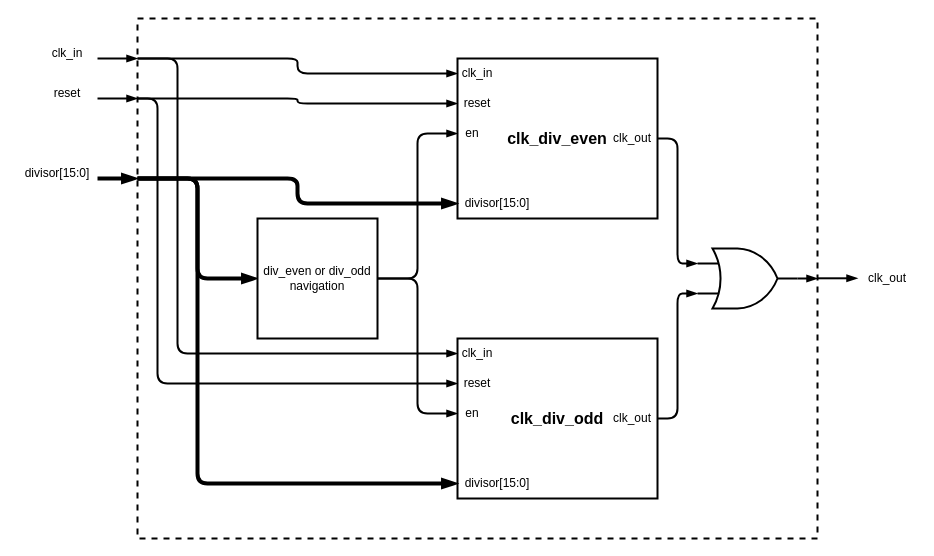
Above: page "Block-diagram" (1 of 2) of .drawio in GSXAM/LearningFPGA (draw.io), before the change. Source tidied: cells renumbered, new cells numbered last; positions are measured from the earlier drawing's top-left corner, leaving out a move shared by most shapes. Both pictures are drawn from the tidied source at 100%, with x=0, y=0 at pixel (17, 18).
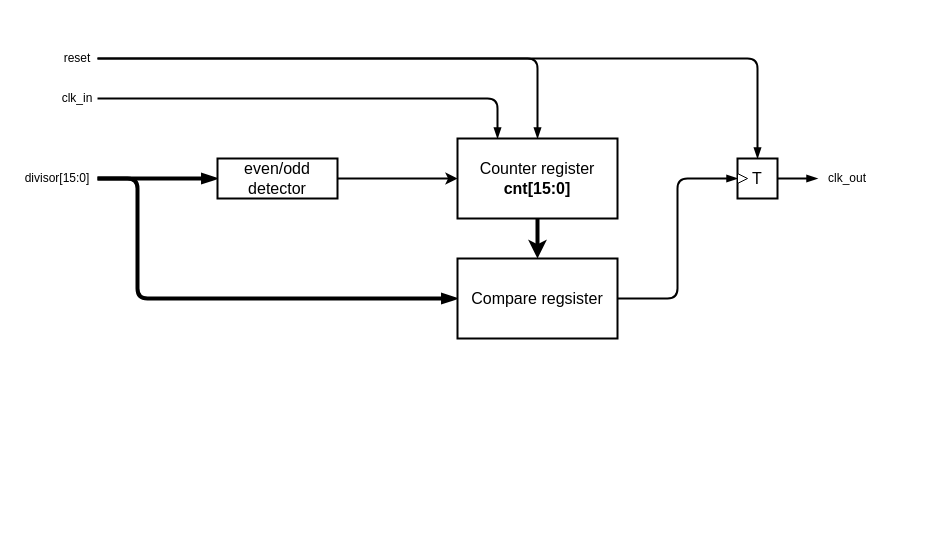
The same diagram, later.

Commit message (it also covers changes not shown here):
Change architecture, update .drawio, remove unnecessary files, edit makefile, tb.v. LAPTOP update.

The edit, as a diff of the source:
```diff
@@
-    <mxCell id="2" style="endArrow=blockThin;html=1;strokeWidth=2;endFill=1;" parent="1" edge="1">
-      <mxGeometry relative="1" as="geometry">
-        <mxPoint x="80" y="40" as="sourcePoint" />
-        <mxPoint x="120" y="40" as="targetPoint" />
-      </mxGeometry>
-    </mxCell>
-    <mxCell id="3" style="endArrow=blockThin;html=1;strokeWidth=2;endFill=1;" parent="1" edge="1">
-      <mxGeometry relative="1" as="geometry">
-        <mxPoint x="80" y="80" as="sourcePoint" />
-        <mxPoint x="120" y="80" as="targetPoint" />
-      </mxGeometry>
-    </mxCell>
-    <mxCell id="4" style="endArrow=blockThin;html=1;strokeWidth=4;endFill=1;" parent="1" edge="1">
-      <mxGeometry relative="1" as="geometry">
-        <mxPoint x="80" y="160" as="sourcePoint" />
-        <mxPoint x="120" y="160" as="targetPoint" />
-      </mxGeometry>
-    </mxCell>
     <mxCell id="5" value="clk_in" style="text;html=1;strokeColor=none;fillColor=none;align=center;verticalAlign=middle;whiteSpace=wrap;rounded=0;shadow=0;dashed=1;strokeWidth=2;" parent="1" vertex="1">
-      <mxGeometry x="20" y="20" width="60" height="30" as="geometry" />
+      <mxGeometry x="40" y="60" width="40" height="40" as="geometry" />
     </mxCell>
+    <mxCell id="39" style="edgeStyle=orthogonalEdgeStyle;html=1;exitX=1;exitY=0.5;exitDx=0;exitDy=0;entryX=0.5;entryY=0;entryDx=0;entryDy=0;strokeWidth=2;fontSize=16;startArrow=none;startFill=0;endArrow=blockThin;endFill=1;" parent="1" edge="1" source="6" target="48">
+      <mxGeometry relative="1" as="geometry" />
+    </mxCell>
     <mxCell id="6" value="reset" style="text;html=1;strokeColor=none;fillColor=none;align=center;verticalAlign=middle;whiteSpace=wrap;rounded=0;shadow=0;dashed=1;strokeWidth=2;" parent="1" vertex="1">
-      <mxGeometry x="20" y="60" width="60" height="30" as="geometry" />
+      <mxGeometry x="40" y="20" width="40" height="40" as="geometry" />
     </mxCell>
     <mxCell id="7" value="divisor[15:0]" style="text;html=1;strokeColor=none;fillColor=none;align=center;verticalAlign=middle;whiteSpace=wrap;rounded=0;shadow=0;dashed=1;strokeWidth=2;" parent="1" vertex="1">
-      <mxGeometry y="140" width="80" height="30" as="geometry" />
+      <mxGeometry y="140" width="80" height="40" as="geometry" />
     </mxCell>
-    <mxCell id="8" style="endArrow=blockThin;html=1;strokeWidth=2;endFill=1;" parent="1" edge="1">
-      <mxGeometry relative="1" as="geometry">
-        <mxPoint x="800" y="259.8" as="sourcePoint" />
-        <mxPoint x="840" y="259.8" as="targetPoint" />
-      </mxGeometry>
-    </mxCell>
     <mxCell id="9" value="clk_out" style="text;html=1;strokeColor=none;fillColor=none;align=center;verticalAlign=middle;whiteSpace=wrap;rounded=0;shadow=0;dashed=1;strokeWidth=2;" parent="1" vertex="1">
-      <mxGeometry x="840" y="245" width="60" height="30" as="geometry" />
+      <mxGeometry x="800" y="145" width="60" height="30" as="geometry" />
     </mxCell>
-    <mxCell id="10" style="edgeStyle=elbowEdgeStyle;html=1;exitX=0;exitY=0.5;exitDx=0;exitDy=0;strokeColor=default;strokeWidth=4;startArrow=blockThin;startFill=1;endArrow=none;endFill=0;" parent="1" edge="1" source="11">
-      <mxGeometry relative="1" as="geometry">
-        <mxPoint x="120" y="160" as="targetPoint" />
-      </mxGeometry>
+    <mxCell id="10" style="edgeStyle=elbowEdgeStyle;html=1;exitX=0;exitY=0.5;exitDx=0;exitDy=0;strokeColor=default;strokeWidth=4;startArrow=blockThin;startFill=1;endArrow=none;endFill=0;entryX=1;entryY=0.5;entryDx=0;entryDy=0;" parent="1" edge="1" source="11" target="7">
+      <mxGeometry relative="1" as="geometry" />
     </mxCell>
+    <mxCell id="40" style="edgeStyle=none;html=1;exitX=1;exitY=0.5;exitDx=0;exitDy=0;entryX=0;entryY=0.5;entryDx=0;entryDy=0;strokeWidth=2;" parent="1" edge="1" source="11" target="13">
+      <mxGeometry relative="1" as="geometry" />
+    </mxCell>
-    <mxCell id="11" value="div_even or div_odd navigation" style="rounded=0;whiteSpace=wrap;html=1;shadow=0;strokeWidth=2;fillColor=default;gradientColor=none;" parent="1" vertex="1">
-      <mxGeometry x="240" y="200" width="120" height="120" as="geometry" />
+    <mxCell id="11" value="even/odd detector" style="rounded=0;whiteSpace=wrap;html=1;shadow=0;strokeWidth=2;fillColor=default;gradientColor=none;fontSize=16;" parent="1" vertex="1">
+      <mxGeometry x="200" y="140" width="120" height="40" as="geometry" />
     </mxCell>
-    <mxCell id="12" style="group;" parent="1" vertex="1">
-      <mxGeometry x="440" y="320" width="200" height="160" as="geometry" />
-    </mxCell>
+    <mxCell id="41" style="edgeStyle=none;html=1;exitX=0.5;exitY=1;exitDx=0;exitDy=0;entryX=0.5;entryY=0;entryDx=0;entryDy=0;strokeWidth=4;" parent="1" edge="1" source="13" target="46">
+      <mxGeometry relative="1" as="geometry" />
+    </mxCell>
+    <mxCell id="42" style="edgeStyle=orthogonalEdgeStyle;html=1;exitX=0.5;exitY=0;exitDx=0;exitDy=0;strokeWidth=2;fontSize=16;startArrow=blockThin;startFill=1;endArrow=none;endFill=0;entryX=1;entryY=0.5;entryDx=0;entryDy=0;" parent="1" edge="1" source="13" target="6">
+      <mxGeometry relative="1" as="geometry">
+        <Array as="points">
+          <mxPoint x="520" y="40" />
+        </Array>
+      </mxGeometry>
+    </mxCell>
+    <mxCell id="43" style="edgeStyle=orthogonalEdgeStyle;html=1;exitX=0.25;exitY=0;exitDx=0;exitDy=0;strokeWidth=2;fontSize=16;startArrow=blockThin;startFill=1;endArrow=none;endFill=0;entryX=1;entryY=0.5;entryDx=0;entryDy=0;" parent="1" edge="1" source="13" target="5">
+      <mxGeometry relative="1" as="geometry">
+        <Array as="points">
+          <mxPoint x="480" y="80" />
+        </Array>
+      </mxGeometry>
+    </mxCell>
-    <mxCell id="13" value="&lt;b&gt;&lt;font style=&quot;font-size: 16px;&quot;&gt;clk_div_odd&lt;/font&gt;&lt;/b&gt;" style="rounded=0;whiteSpace=wrap;html=1;shadow=0;strokeWidth=2;fillColor=default;gradientColor=none;" parent="12" vertex="1">
-      <mxGeometry width="200" height="160" as="geometry" />
+    <mxCell id="13" value="&lt;font style=&quot;font-size: 16px;&quot;&gt;Counter register&lt;b&gt; cnt[15:0]&lt;/b&gt;&lt;/font&gt;" style="rounded=0;whiteSpace=wrap;html=1;shadow=0;strokeWidth=2;fillColor=default;gradientColor=none;" parent="1" vertex="1">
+      <mxGeometry x="440" y="120" width="160" height="80" as="geometry" />
     </mxCell>
-    <mxCell id="14" value="reset" style="text;html=1;strokeColor=none;fillColor=none;align=center;verticalAlign=middle;whiteSpace=wrap;rounded=0;shadow=0;dashed=1;strokeWidth=2;" parent="12" vertex="1">
-      <mxGeometry y="30" width="40" height="30" as="geometry" />
-    </mxCell>
-    <mxCell id="15" value="clk_in" style="text;html=1;strokeColor=none;fillColor=none;align=center;verticalAlign=middle;whiteSpace=wrap;rounded=0;shadow=0;dashed=1;strokeWidth=2;" parent="12" vertex="1">
-      <mxGeometry width="40" height="30" as="geometry" />
-    </mxCell>
-    <mxCell id="16" value="divisor[15:0]" style="text;html=1;strokeColor=none;fillColor=none;align=center;verticalAlign=middle;whiteSpace=wrap;rounded=0;shadow=0;dashed=1;strokeWidth=2;" parent="12" vertex="1">
-      <mxGeometry y="130" width="80" height="30" as="geometry" />
-    </mxCell>
-    <mxCell id="17" value="en" style="text;html=1;strokeColor=none;fillColor=none;align=center;verticalAlign=middle;whiteSpace=wrap;rounded=0;shadow=0;dashed=1;strokeWidth=2;" parent="12" vertex="1">
-      <mxGeometry y="60" width="30" height="30" as="geometry" />
-    </mxCell>
-    <mxCell id="18" value="clk_out" style="text;html=1;strokeColor=none;fillColor=none;align=center;verticalAlign=middle;whiteSpace=wrap;rounded=0;shadow=0;dashed=1;strokeWidth=2;" parent="12" vertex="1">
-      <mxGeometry x="150" y="65" width="50" height="30" as="geometry" />
-    </mxCell>
-    <mxCell id="19" style="group;" parent="1" vertex="1">
-      <mxGeometry x="440" y="40" width="200" height="160" as="geometry" />
-    </mxCell>
-    <mxCell id="20" value="&lt;b&gt;&lt;font style=&quot;font-size: 16px;&quot;&gt;clk_div_even&lt;/font&gt;&lt;/b&gt;" style="rounded=0;whiteSpace=wrap;html=1;shadow=0;strokeWidth=2;fillColor=default;gradientColor=none;" parent="19" vertex="1">
-      <mxGeometry width="200" height="160" as="geometry" />
-    </mxCell>
-    <mxCell id="21" value="reset" style="text;html=1;strokeColor=none;fillColor=none;align=center;verticalAlign=middle;whiteSpace=wrap;rounded=0;shadow=0;dashed=1;strokeWidth=2;" parent="19" vertex="1">
-      <mxGeometry y="30" width="40" height="30" as="geometry" />
-    </mxCell>
-    <mxCell id="22" value="clk_in" style="text;html=1;strokeColor=none;fillColor=none;align=center;verticalAlign=middle;whiteSpace=wrap;rounded=0;shadow=0;dashed=1;strokeWidth=2;" parent="19" vertex="1">
-      <mxGeometry width="40" height="30" as="geometry" />
-    </mxCell>
-    <mxCell id="23" value="divisor[15:0]" style="text;html=1;strokeColor=none;fillColor=none;align=center;verticalAlign=middle;whiteSpace=wrap;rounded=0;shadow=0;dashed=1;strokeWidth=2;" parent="19" vertex="1">
-      <mxGeometry y="130" width="80" height="30" as="geometry" />
-    </mxCell>
-    <mxCell id="24" value="en" style="text;html=1;strokeColor=none;fillColor=none;align=center;verticalAlign=middle;whiteSpace=wrap;rounded=0;shadow=0;dashed=1;strokeWidth=2;" parent="19" vertex="1">
-      <mxGeometry y="60" width="30" height="30" as="geometry" />
-    </mxCell>
-    <mxCell id="25" value="clk_out" style="text;html=1;strokeColor=none;fillColor=none;align=center;verticalAlign=middle;whiteSpace=wrap;rounded=0;shadow=0;dashed=1;strokeWidth=2;" parent="19" vertex="1">
-      <mxGeometry x="150" y="65" width="50" height="30" as="geometry" />
-    </mxCell>
-    <mxCell id="26" style="edgeStyle=elbowEdgeStyle;html=1;exitX=0;exitY=0.5;exitDx=0;exitDy=0;strokeColor=default;strokeWidth=4;fontSize=16;startArrow=blockThin;startFill=1;endArrow=none;endFill=0;" parent="1" edge="1" source="23">
-      <mxGeometry relative="1" as="geometry">
-        <mxPoint x="120" y="160" as="targetPoint" />
-      </mxGeometry>
-    </mxCell>
-    <mxCell id="27" style="edgeStyle=elbowEdgeStyle;html=1;exitX=0;exitY=0.5;exitDx=0;exitDy=0;strokeColor=default;strokeWidth=4;fontSize=16;startArrow=blockThin;startFill=1;endArrow=none;endFill=0;" parent="1" edge="1" source="16">
-      <mxGeometry relative="1" as="geometry">
-        <mxPoint x="120" y="160" as="targetPoint" />
-        <Array as="points">
-          <mxPoint x="180" y="310" />
-        </Array>
-      </mxGeometry>
-    </mxCell>
-    <mxCell id="28" style="edgeStyle=elbowEdgeStyle;html=1;exitX=0;exitY=0.5;exitDx=0;exitDy=0;strokeColor=default;strokeWidth=2;fontSize=16;startArrow=blockThin;startFill=1;endArrow=none;endFill=0;" parent="1" edge="1" source="22">
-      <mxGeometry relative="1" as="geometry">
-        <mxPoint x="120" y="40" as="targetPoint" />
-      </mxGeometry>
-    </mxCell>
-    <mxCell id="29" style="edgeStyle=elbowEdgeStyle;html=1;exitX=0;exitY=0.5;exitDx=0;exitDy=0;strokeColor=default;strokeWidth=2;fontSize=16;startArrow=blockThin;startFill=1;endArrow=none;endFill=0;" parent="1" edge="1" source="21">
-      <mxGeometry relative="1" as="geometry">
-        <mxPoint x="120" y="80" as="targetPoint" />
-      </mxGeometry>
-    </mxCell>
-    <mxCell id="30" style="edgeStyle=elbowEdgeStyle;html=1;exitX=0;exitY=0.5;exitDx=0;exitDy=0;strokeColor=default;strokeWidth=2;fontSize=16;startArrow=blockThin;startFill=1;endArrow=none;endFill=0;" parent="1" edge="1" source="24" target="11">
-      <mxGeometry relative="1" as="geometry" />
-    </mxCell>
-    <mxCell id="31" style="edgeStyle=elbowEdgeStyle;html=1;exitX=0;exitY=0.5;exitDx=0;exitDy=0;entryX=1;entryY=0.5;entryDx=0;entryDy=0;strokeColor=default;strokeWidth=2;fontSize=16;startArrow=blockThin;startFill=1;endArrow=none;endFill=0;" parent="1" edge="1" source="17" target="11">
-      <mxGeometry relative="1" as="geometry" />
-    </mxCell>
-    <mxCell id="32" style="edgeStyle=elbowEdgeStyle;html=1;exitX=0;exitY=0.5;exitDx=0;exitDy=0;strokeColor=default;strokeWidth=2;fontSize=16;startArrow=blockThin;startFill=1;endArrow=none;endFill=0;" parent="1" edge="1" source="15">
-      <mxGeometry relative="1" as="geometry">
-        <mxPoint x="120" y="40" as="targetPoint" />
-        <Array as="points">
-          <mxPoint x="160" y="200" />
-        </Array>
-      </mxGeometry>
-    </mxCell>
-    <mxCell id="33" style="edgeStyle=elbowEdgeStyle;html=1;exitX=0;exitY=0.5;exitDx=0;exitDy=0;strokeColor=default;strokeWidth=2;fontSize=16;startArrow=blockThin;startFill=1;endArrow=none;endFill=0;" parent="1" edge="1" source="14">
-      <mxGeometry relative="1" as="geometry">
-        <mxPoint x="120" y="80" as="targetPoint" />
-        <Array as="points">
-          <mxPoint x="140" y="210" />
-        </Array>
-      </mxGeometry>
-    </mxCell>
-    <mxCell id="34" style="edgeStyle=elbowEdgeStyle;html=1;exitX=1;exitY=0.5;exitDx=0;exitDy=0;exitPerimeter=0;strokeColor=default;strokeWidth=2;fontSize=16;startArrow=none;startFill=0;endArrow=blockThin;endFill=1;" parent="1" edge="1" source="35">
-      <mxGeometry relative="1" as="geometry">
-        <mxPoint x="800" y="260" as="targetPoint" />
-      </mxGeometry>
-    </mxCell>
-    <mxCell id="35" style="verticalLabelPosition=bottom;shadow=0;dashed=0;align=center;html=1;verticalAlign=top;shape=mxgraph.electrical.logic_gates.logic_gate;operation=or;strokeWidth=2;fontSize=16;fillColor=default;gradientColor=none;" parent="1" vertex="1">
-      <mxGeometry x="680" y="230" width="100" height="60" as="geometry" />
-    </mxCell>
-    <mxCell id="36" style="edgeStyle=elbowEdgeStyle;html=1;exitX=1;exitY=0.5;exitDx=0;exitDy=0;entryX=0;entryY=0.25;entryDx=0;entryDy=0;entryPerimeter=0;strokeColor=default;strokeWidth=2;fontSize=16;startArrow=none;startFill=0;endArrow=blockThin;endFill=1;" parent="1" edge="1" source="25" target="35">
-      <mxGeometry relative="1" as="geometry" />
-    </mxCell>
-    <mxCell id="37" style="edgeStyle=elbowEdgeStyle;html=1;exitX=1;exitY=0.5;exitDx=0;exitDy=0;entryX=0;entryY=0.75;entryDx=0;entryDy=0;entryPerimeter=0;strokeColor=default;strokeWidth=2;fontSize=16;startArrow=none;startFill=0;endArrow=blockThin;endFill=1;" parent="1" edge="1" source="18" target="35">
-      <mxGeometry relative="1" as="geometry" />
-    </mxCell>
-    <mxCell id="38" style="rounded=0;whiteSpace=wrap;html=1;shadow=0;strokeWidth=2;fontSize=16;fillColor=none;gradientColor=none;dashed=1;" parent="1" vertex="1">
-      <mxGeometry x="120" width="680" height="520" as="geometry" />
-    </mxCell>
+    <mxCell id="44" style="edgeStyle=orthogonalEdgeStyle;html=1;exitX=0;exitY=0.5;exitDx=0;exitDy=0;strokeWidth=4;startArrow=blockThin;startFill=1;endArrow=none;endFill=0;entryX=1;entryY=0.5;entryDx=0;entryDy=0;" parent="1" edge="1" source="46" target="7">
+      <mxGeometry relative="1" as="geometry">
+        <Array as="points">
+          <mxPoint x="120" y="280" />
+          <mxPoint x="120" y="160" />
+        </Array>
+      </mxGeometry>
+    </mxCell>
+    <mxCell id="45" style="edgeStyle=orthogonalEdgeStyle;html=1;exitX=1;exitY=0.5;exitDx=0;exitDy=0;entryX=0;entryY=0.5;entryDx=0;entryDy=0;strokeWidth=2;fontSize=16;startArrow=none;startFill=0;endArrow=blockThin;endFill=1;" parent="1" edge="1" source="46" target="49">
+      <mxGeometry relative="1" as="geometry" />
+    </mxCell>
+    <mxCell id="46" value="&lt;span style=&quot;font-size: 16px;&quot;&gt;Compare regsister&lt;/span&gt;" style="rounded=0;whiteSpace=wrap;html=1;shadow=0;strokeWidth=2;fillColor=default;gradientColor=none;" parent="1" vertex="1">
+      <mxGeometry x="440" y="240" width="160" height="80" as="geometry" />
+    </mxCell>
+    <mxCell id="47" style="group;" parent="1" vertex="1">
+      <mxGeometry x="720" y="140" width="40" height="40" as="geometry" />
+    </mxCell>
+    <mxCell id="48" value="&lt;span style=&quot;font-size: 16px;&quot;&gt;T&lt;/span&gt;" style="rounded=0;whiteSpace=wrap;html=1;shadow=0;strokeWidth=2;fillColor=default;gradientColor=none;" parent="47" vertex="1">
+      <mxGeometry width="40" height="40" as="geometry" />
+    </mxCell>
+    <mxCell id="49" style="triangle;whiteSpace=wrap;html=1;fontSize=16;" parent="47" vertex="1">
+      <mxGeometry y="15" width="10" height="10" as="geometry" />
+    </mxCell>
+    <mxCell id="50" style="edgeStyle=orthogonalEdgeStyle;html=1;exitX=1;exitY=0.5;exitDx=0;exitDy=0;entryX=0;entryY=0.5;entryDx=0;entryDy=0;strokeWidth=2;fontSize=16;startArrow=none;startFill=0;endArrow=blockThin;endFill=1;" parent="1" edge="1" source="48" target="9">
+      <mxGeometry relative="1" as="geometry" />
+    </mxCell>
```
